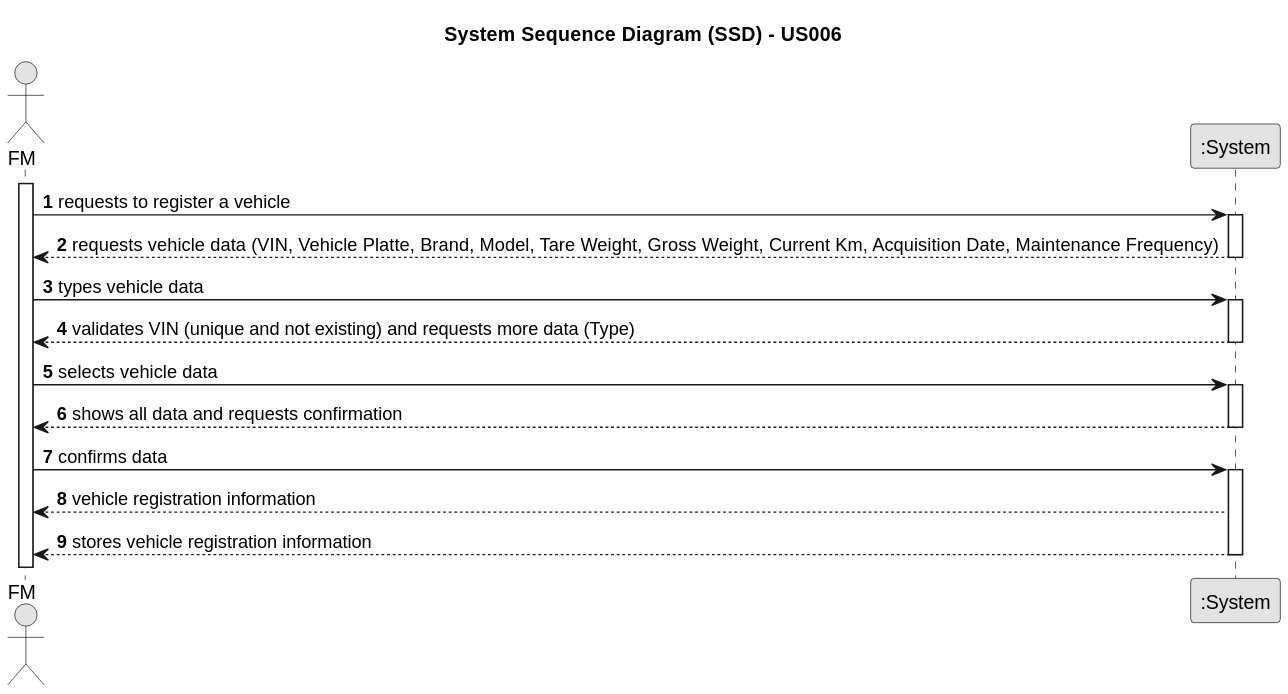
Before: docs/sprintA/us006/01.requirements-engineering/svg/us006-system-sequence-diagram-alternative-one.svg, a diagram exported from PlantUML (ricardomm7/leaflink).
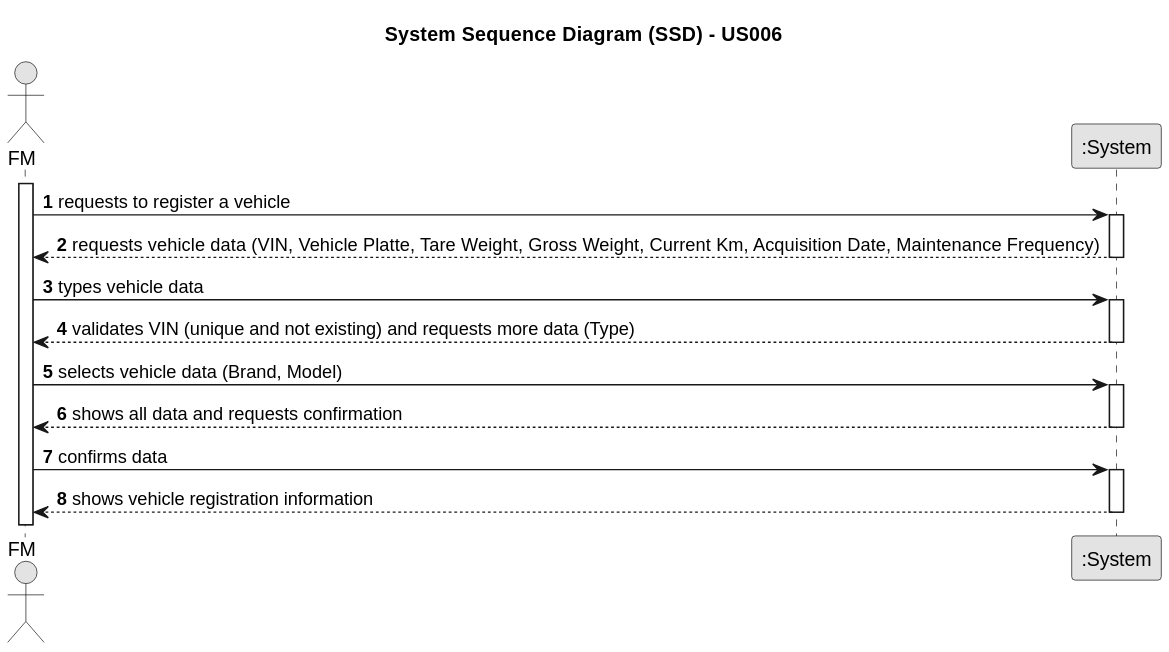
After the commit.

What changed in the source:
```diff
@@ -15,7 +15,7 @@
     FM -> System : requests to register a vehicle
     activate System
 
-        System --> FM : requests vehicle data (VIN, Vehicle Platte, Brand, Model, Tare Weight, Gross Weight, Current Km, Acquisition Date, Maintenance Frequency)
+        System --> FM : requests vehicle data (VIN, Vehicle Platte, Tare Weight, Gross Weight, Current Km, Acquisition Date, Maintenance Frequency)
     deactivate System
 
     FM -> System : types vehicle data
@@ -24,7 +24,7 @@
         System --> FM : validates VIN (unique and not existing) and requests more data (Type)
     deactivate System
 
-    FM -> System : selects vehicle data
+    FM -> System : selects vehicle data (Brand, Model)
         activate System
 
         System --> FM : shows all data and requests confirmation
@@ -33,7 +33,6 @@
     FM -> System : confirms data
     activate System
 
-        System --> FM :  vehicle registration information
-        System --> FM : stores vehicle registration information
+        System --> FM :  shows vehicle registration information
     deactivate System
 @enduml
```
